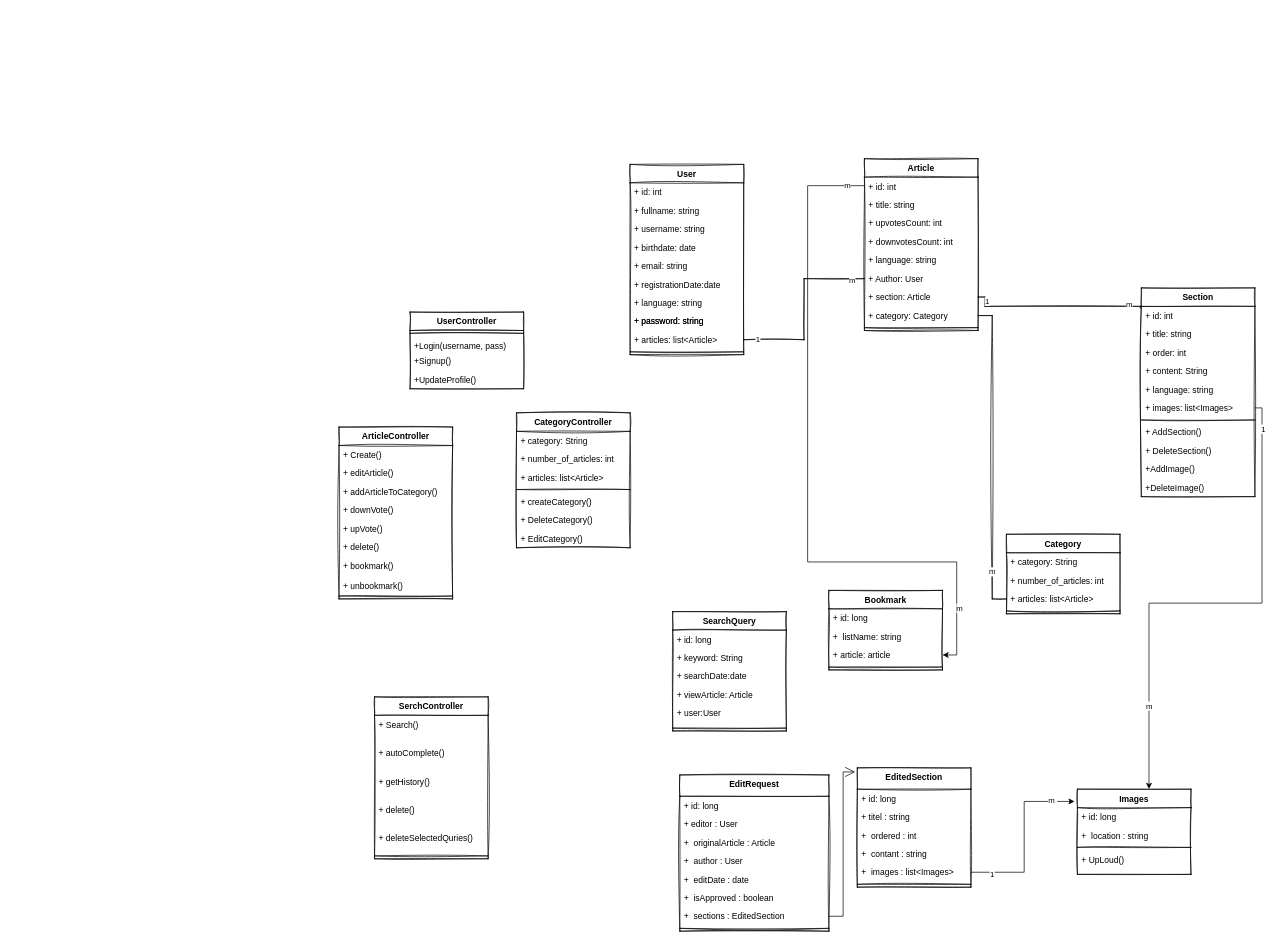
Earlier version of the draw.io diagram page "Class Digram V2" (5 of 5) of Untitled Diagram.drawio (mosup16/wikiwiki-swe-project-digrams). Source tidied: cells renumbered, new cells numbered last; positions are measured from the earlier drawing's top-left corner, leaving out a move shared by most shapes. Both pictures are drawn from the tidied source at 71%, with x=0, y=0 at pixel (339, 158).
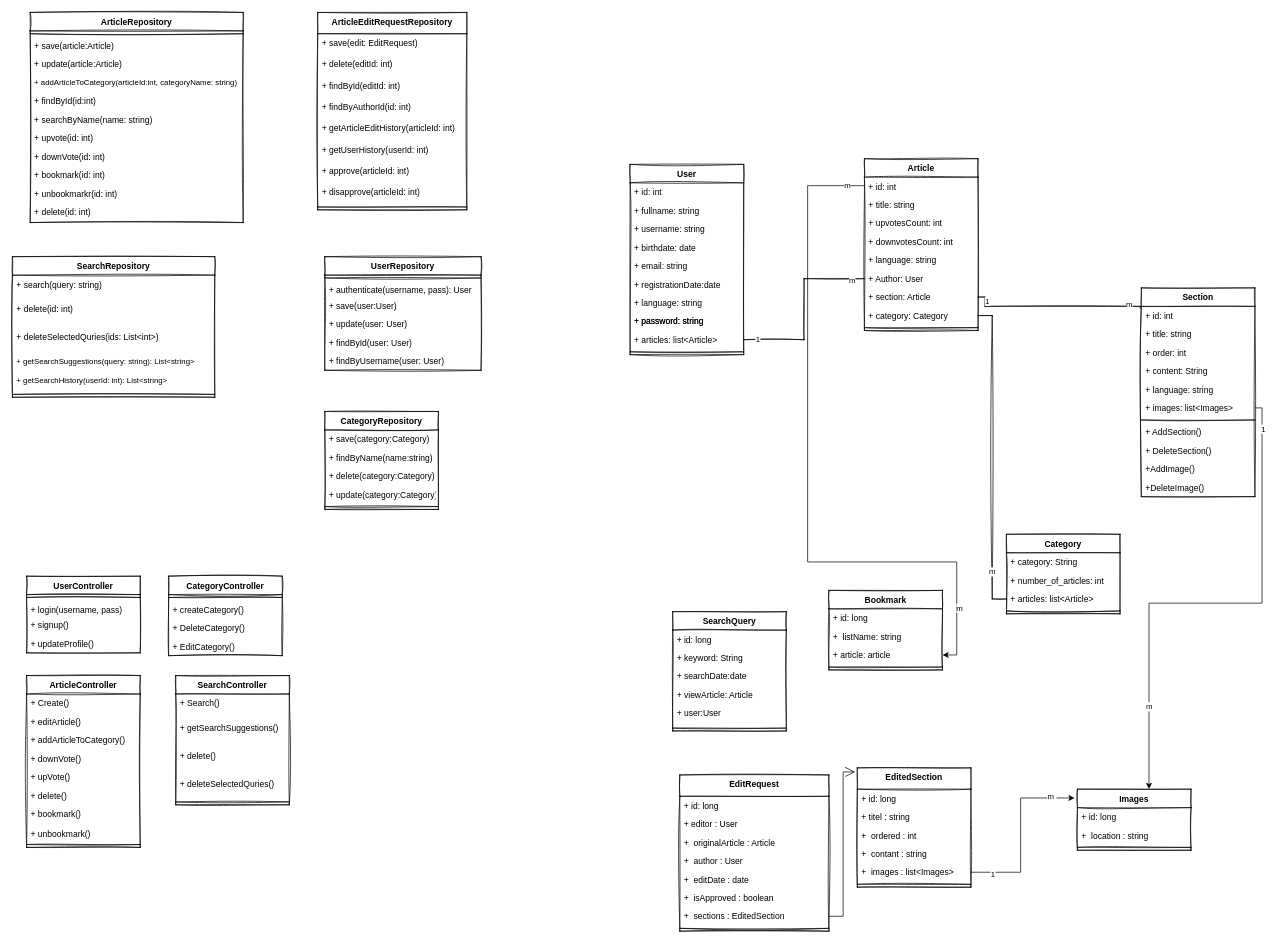
The same diagram, later.

The change refers to these unchanged cells:
```xml
<mxCell id="68" value="+  images : list&lt;Images&gt;" style="text;strokeColor=none;fillColor=none;align=left;verticalAlign=top;spacingLeft=4;spacingRight=4;overflow=hidden;points=[[0,0.5],[1,0.5]];portConstraint=eastwest;sketch=1;" parent="63" vertex="1">
  <mxGeometry y="134" width="160" height="26" as="geometry" />
</mxCell>
```

The edit, as a diff of the source:
```diff
@@
     <mxCell id="70" value="Images" style="swimlane;fontStyle=1;align=center;verticalAlign=top;horizontal=1;startSize=26;sketch=1;" parent="1" vertex="1">
-      <mxGeometry x="1040" y="888" width="160" height="120" as="geometry" />
+      <mxGeometry x="1040" y="888" width="160" height="86" as="geometry" />
     </mxCell>
@@
-    <mxCell id="74" value="+ UpLoud()" style="text;strokeColor=none;fillColor=none;align=left;verticalAlign=top;spacingLeft=4;spacingRight=4;overflow=hidden;sketch=1;" parent="70" vertex="1">
-      <mxGeometry y="86" width="160" height="34" as="geometry" />
-    </mxCell>
     <mxCell id="75" style="edgeStyle=orthogonalEdgeStyle;rounded=0;jettySize=auto;html=1;exitX=1;exitY=0.5;exitDx=0;exitDy=0;entryX=-0.025;entryY=0.144;entryDx=0;entryDy=0;entryPerimeter=0;" parent="1" edge="1" source="68" target="70">
-      <mxGeometry relative="1" as="geometry" />
+      <mxGeometry relative="1" as="geometry">
+        <Array as="points">
+          <mxPoint x="960" y="1005" />
+          <mxPoint x="960" y="900" />
+        </Array>
+      </mxGeometry>
     </mxCell>
@@
     <mxCell id="82" value="UserController" style="swimlane;fontStyle=1;align=center;verticalAlign=top;horizontal=1;startSize=26;sketch=1;" parent="1" vertex="1">
-      <mxGeometry x="100" y="216" width="160" height="108" as="geometry" />
+      <mxGeometry x="-440" y="588" width="160" height="108" as="geometry" />
     </mxCell>
@@
-    <mxCell id="84" value="+Login(username, pass)" style="text;strokeColor=none;fillColor=none;align=left;verticalAlign=top;spacingLeft=4;spacingRight=4;overflow=hidden;sketch=1;" parent="82" vertex="1">
+    <mxCell id="84" value="+ login(username, pass)" style="text;strokeColor=none;fillColor=none;align=left;verticalAlign=top;spacingLeft=4;spacingRight=4;overflow=hidden;sketch=1;" parent="82" vertex="1">
       <mxGeometry y="34" width="160" height="22" as="geometry" />
     </mxCell>
-    <mxCell id="85" value="+Signup()" style="text;strokeColor=none;fillColor=none;align=left;verticalAlign=top;spacingLeft=4;spacingRight=4;overflow=hidden;sketch=1;" parent="82" vertex="1">
+    <mxCell id="85" value="+ signup()" style="text;strokeColor=none;fillColor=none;align=left;verticalAlign=top;spacingLeft=4;spacingRight=4;overflow=hidden;sketch=1;" parent="82" vertex="1">
       <mxGeometry y="56" width="160" height="26" as="geometry" />
     </mxCell>
-    <mxCell id="86" value="+UpdateProfile()" style="text;strokeColor=none;fillColor=none;align=left;verticalAlign=top;spacingLeft=4;spacingRight=4;overflow=hidden;sketch=1;" parent="82" vertex="1">
+    <mxCell id="86" value="+ updateProfile()" style="text;strokeColor=none;fillColor=none;align=left;verticalAlign=top;spacingLeft=4;spacingRight=4;overflow=hidden;sketch=1;" parent="82" vertex="1">
       <mxGeometry y="82" width="160" height="26" as="geometry" />
     </mxCell>
     <mxCell id="87" value="ArticleController" style="swimlane;fontStyle=1;align=center;verticalAlign=top;horizontal=1;startSize=26;sketch=1;" parent="1" vertex="1">
-      <mxGeometry y="378" width="160" height="242" as="geometry" />
+      <mxGeometry x="-440" y="728" width="160" height="242" as="geometry" />
     </mxCell>
@@
-    <mxCell id="97" value="SerchController" style="swimlane;fontStyle=1;align=center;verticalAlign=top;horizontal=1;startSize=26;sketch=1;" parent="1" vertex="1">
-      <mxGeometry x="50" y="758" width="160" height="228" as="geometry" />
+    <mxCell id="97" value="SearchController" style="swimlane;fontStyle=1;align=center;verticalAlign=top;horizontal=1;startSize=26;sketch=1;" parent="1" vertex="1">
+      <mxGeometry x="-230" y="728" width="160" height="182" as="geometry" />
     </mxCell>
     <mxCell id="98" value="+ Search()" style="text;strokeColor=none;fillColor=none;align=left;verticalAlign=top;spacingLeft=4;spacingRight=4;overflow=hidden;sketch=1;" parent="97" vertex="1">
-      <mxGeometry y="26" width="160" height="40" as="geometry" />
+      <mxGeometry y="26" width="160" height="34" as="geometry" />
     </mxCell>
-    <mxCell id="99" value="+ autoComplete() " style="text;strokeColor=none;fillColor=none;align=left;verticalAlign=top;spacingLeft=4;spacingRight=4;overflow=hidden;sketch=1;" parent="97" vertex="1">
-      <mxGeometry y="66" width="160" height="40" as="geometry" />
+    <mxCell id="99" value="+ getSearchSuggestions() " style="text;strokeColor=none;fillColor=none;align=left;verticalAlign=top;spacingLeft=4;spacingRight=4;overflow=hidden;sketch=1;" parent="97" vertex="1">
+      <mxGeometry y="60" width="160" height="40" as="geometry" />
     </mxCell>
-    <mxCell id="100" value="+ getHistory() " style="text;strokeColor=none;fillColor=none;align=left;verticalAlign=top;spacingLeft=4;spacingRight=4;overflow=hidden;sketch=1;" parent="97" vertex="1">
-      <mxGeometry y="106" width="160" height="40" as="geometry" />
-    </mxCell>
     <mxCell id="101" value="+ delete() " style="text;strokeColor=none;fillColor=none;align=left;verticalAlign=top;spacingLeft=4;spacingRight=4;overflow=hidden;sketch=1;" parent="97" vertex="1">
-      <mxGeometry y="146" width="160" height="40" as="geometry" />
+      <mxGeometry y="100" width="160" height="40" as="geometry" />
     </mxCell>
     <mxCell id="102" value="+ deleteSelectedQuries() " style="text;strokeColor=none;fillColor=none;align=left;verticalAlign=top;spacingLeft=4;spacingRight=4;overflow=hidden;sketch=1;" parent="97" vertex="1">
-      <mxGeometry y="186" width="160" height="34" as="geometry" />
+      <mxGeometry y="140" width="160" height="34" as="geometry" />
     </mxCell>
     <mxCell id="103" style="line;strokeWidth=1;fillColor=none;align=left;verticalAlign=middle;spacingTop=-1;spacingLeft=3;spacingRight=3;labelPosition=right;sketch=1;" parent="97" vertex="1">
-      <mxGeometry y="220" width="160" height="8" as="geometry" />
+      <mxGeometry y="174" width="160" height="8" as="geometry" />
     </mxCell>
     <mxCell id="104" value="CategoryController" style="swimlane;fontStyle=1;align=center;verticalAlign=top;horizontal=1;startSize=26;sketch=1;" parent="1" vertex="1">
-      <mxGeometry x="250" y="358" width="160" height="190" as="geometry" />
+      <mxGeometry x="-240" y="588" width="160" height="112" as="geometry" />
     </mxCell>
-    <mxCell id="105" value="+ category: String" style="text;strokeColor=none;fillColor=none;align=left;verticalAlign=top;spacingLeft=4;spacingRight=4;overflow=hidden;sketch=1;" parent="104" vertex="1">
-      <mxGeometry y="26" width="160" height="26" as="geometry" />
-    </mxCell>
-    <mxCell id="106" value="+ number_of_articles: int" style="text;strokeColor=none;fillColor=none;align=left;verticalAlign=top;spacingLeft=4;spacingRight=4;overflow=hidden;sketch=1;" parent="104" vertex="1">
-      <mxGeometry y="52" width="160" height="26" as="geometry" />
-    </mxCell>
-    <mxCell id="107" value="+ articles: list&lt;Article&gt;" style="text;strokeColor=none;fillColor=none;align=left;verticalAlign=top;spacingLeft=4;spacingRight=4;overflow=hidden;sketch=1;" parent="104" vertex="1">
-      <mxGeometry y="78" width="160" height="26" as="geometry" />
-    </mxCell>
     <mxCell id="108" style="line;strokeWidth=1;fillColor=none;align=left;verticalAlign=middle;spacingTop=-1;spacingLeft=3;spacingRight=3;labelPosition=right;sketch=1;" parent="104" vertex="1">
-      <mxGeometry y="104" width="160" height="8" as="geometry" />
+      <mxGeometry y="26" width="160" height="8" as="geometry" />
     </mxCell>
     <mxCell id="109" value="+ createCategory()" style="text;strokeColor=none;fillColor=none;align=left;verticalAlign=top;spacingLeft=4;spacingRight=4;overflow=hidden;sketch=1;" parent="104" vertex="1">
-      <mxGeometry y="112" width="160" height="26" as="geometry" />
+      <mxGeometry y="34" width="160" height="26" as="geometry" />
     </mxCell>
     <mxCell id="110" value="+ DeleteCategory()" style="text;strokeColor=none;fillColor=none;align=left;verticalAlign=top;spacingLeft=4;spacingRight=4;overflow=hidden;sketch=1;" parent="104" vertex="1">
-      <mxGeometry y="138" width="160" height="26" as="geometry" />
+      <mxGeometry y="60" width="160" height="26" as="geometry" />
     </mxCell>
     <mxCell id="111" value="+ EditCategory()" style="text;strokeColor=none;fillColor=none;align=left;verticalAlign=top;spacingLeft=4;spacingRight=4;overflow=hidden;sketch=1;" parent="104" vertex="1">
-      <mxGeometry y="164" width="160" height="26" as="geometry" />
+      <mxGeometry y="86" width="160" height="26" as="geometry" />
     </mxCell>
@@
+    <mxCell id="122" value="ArticleEditRequestRepository" style="swimlane;fontStyle=1;align=center;verticalAlign=top;horizontal=1;startSize=30;sketch=1;" parent="1" vertex="1">
+      <mxGeometry x="-30" y="-206" width="210" height="278" as="geometry" />
+    </mxCell>
+    <mxCell id="123" value="+ save(edit: EditRequest) " style="text;strokeColor=none;fillColor=none;align=left;verticalAlign=top;spacingLeft=4;spacingRight=4;overflow=hidden;sketch=1;" parent="122" vertex="1">
+      <mxGeometry y="30" width="210" height="30" as="geometry" />
+    </mxCell>
+    <mxCell id="124" value="+ delete(editId: int) " style="text;strokeColor=none;fillColor=none;align=left;verticalAlign=top;spacingLeft=4;spacingRight=4;overflow=hidden;sketch=1;" parent="122" vertex="1">
+      <mxGeometry y="60" width="210" height="30" as="geometry" />
+    </mxCell>
+    <mxCell id="125" value="+ findById(editId: int) " style="text;strokeColor=none;fillColor=none;align=left;verticalAlign=top;spacingLeft=4;spacingRight=4;overflow=hidden;sketch=1;" parent="122" vertex="1">
+      <mxGeometry y="90" width="210" height="30" as="geometry" />
+    </mxCell>
+    <mxCell id="126" value="+ findByAuthorId(id: int) " style="text;strokeColor=none;fillColor=none;align=left;verticalAlign=top;spacingLeft=4;spacingRight=4;overflow=hidden;sketch=1;" parent="122" vertex="1">
+      <mxGeometry y="120" width="210" height="30" as="geometry" />
+    </mxCell>
+    <mxCell id="100" value="+ getArticleEditHistory(articleId: int) " style="text;strokeColor=none;fillColor=none;align=left;verticalAlign=top;spacingLeft=4;spacingRight=4;overflow=hidden;sketch=1;" parent="122" vertex="1">
+      <mxGeometry y="150" width="210" height="30" as="geometry" />
+    </mxCell>
+    <mxCell id="127" value="+ getUserHistory(userId: int) " style="text;strokeColor=none;fillColor=none;align=left;verticalAlign=top;spacingLeft=4;spacingRight=4;overflow=hidden;sketch=1;" parent="122" vertex="1">
+      <mxGeometry y="180" width="210" height="30" as="geometry" />
+    </mxCell>
+    <mxCell id="128" value="+ approve(articleId: int) " style="text;strokeColor=none;fillColor=none;align=left;verticalAlign=top;spacingLeft=4;spacingRight=4;overflow=hidden;sketch=1;" parent="122" vertex="1">
+      <mxGeometry y="210" width="210" height="30" as="geometry" />
+    </mxCell>
+    <mxCell id="129" value="+ disapprove(articleId: int) " style="text;strokeColor=none;fillColor=none;align=left;verticalAlign=top;spacingLeft=4;spacingRight=4;overflow=hidden;sketch=1;" parent="122" vertex="1">
+      <mxGeometry y="240" width="210" height="30" as="geometry" />
+    </mxCell>
+    <mxCell id="130" style="line;strokeWidth=1;fillColor=none;align=left;verticalAlign=middle;spacingTop=-1;spacingLeft=3;spacingRight=3;labelPosition=right;sketch=1;" parent="122" vertex="1">
+      <mxGeometry y="270" width="210" height="8" as="geometry" />
+    </mxCell>
+    <mxCell id="131" value="UserRepository" style="swimlane;fontStyle=1;align=center;verticalAlign=top;horizontal=1;startSize=26;sketch=1;" parent="1" vertex="1">
+      <mxGeometry x="-20" y="138" width="220" height="160" as="geometry" />
+    </mxCell>
+    <mxCell id="132" style="line;strokeWidth=1;fillColor=none;align=left;verticalAlign=middle;spacingTop=-1;spacingLeft=3;spacingRight=3;labelPosition=right;sketch=1;" parent="131" vertex="1">
+      <mxGeometry y="26" width="220" height="8" as="geometry" />
+    </mxCell>
+    <mxCell id="133" value="+ authenticate(username, pass): User" style="text;strokeColor=none;fillColor=none;align=left;verticalAlign=top;spacingLeft=4;spacingRight=4;overflow=hidden;sketch=1;" parent="131" vertex="1">
+      <mxGeometry y="34" width="220" height="22" as="geometry" />
+    </mxCell>
+    <mxCell id="134" value="+ save(user:User)" style="text;strokeColor=none;fillColor=none;align=left;verticalAlign=top;spacingLeft=4;spacingRight=4;overflow=hidden;sketch=1;" parent="131" vertex="1">
+      <mxGeometry y="56" width="220" height="26" as="geometry" />
+    </mxCell>
+    <mxCell id="135" value="+ update(user: User)" style="text;strokeColor=none;fillColor=none;align=left;verticalAlign=top;spacingLeft=4;spacingRight=4;overflow=hidden;sketch=1;" parent="131" vertex="1">
+      <mxGeometry y="82" width="220" height="26" as="geometry" />
+    </mxCell>
+    <mxCell id="136" value="+ findById(user: User)" style="text;strokeColor=none;fillColor=none;align=left;verticalAlign=top;spacingLeft=4;spacingRight=4;overflow=hidden;sketch=1;" parent="131" vertex="1">
+      <mxGeometry y="108" width="220" height="26" as="geometry" />
+    </mxCell>
+    <mxCell id="137" value="+ findByUsername(user: User)" style="text;strokeColor=none;fillColor=none;align=left;verticalAlign=top;spacingLeft=4;spacingRight=4;overflow=hidden;sketch=1;" parent="131" vertex="1">
+      <mxGeometry y="134" width="220" height="26" as="geometry" />
+    </mxCell>
+    <mxCell id="138" value="ArticleRepository" style="swimlane;fontStyle=1;align=center;verticalAlign=top;horizontal=1;startSize=26;sketch=1;" parent="1" vertex="1">
+      <mxGeometry x="-435" y="-206" width="300" height="296" as="geometry" />
+    </mxCell>
+    <mxCell id="139" style="line;strokeWidth=1;fillColor=none;align=left;verticalAlign=middle;spacingTop=-1;spacingLeft=3;spacingRight=3;labelPosition=right;sketch=1;" parent="138" vertex="1">
+      <mxGeometry y="26" width="300" height="8" as="geometry" />
+    </mxCell>
+    <mxCell id="140" value="+ save(article:Article)" style="text;strokeColor=none;fillColor=none;align=left;verticalAlign=top;spacingLeft=4;spacingRight=4;overflow=hidden;sketch=1;" parent="138" vertex="1">
+      <mxGeometry y="34" width="300" height="26" as="geometry" />
+    </mxCell>
+    <mxCell id="141" value="+ update(article:Article)" style="text;strokeColor=none;fillColor=none;align=left;verticalAlign=top;spacingLeft=4;spacingRight=4;overflow=hidden;sketch=1;" parent="138" vertex="1">
+      <mxGeometry y="60" width="300" height="26" as="geometry" />
+    </mxCell>
+    <mxCell id="142" value="+ addArticleToCategory(articleId:int, categoryName: string)" style="text;strokeColor=none;fillColor=none;align=left;verticalAlign=top;spacingLeft=4;spacingRight=4;overflow=hidden;sketch=1;fontSize=11;" parent="138" vertex="1">
+      <mxGeometry y="86" width="300" height="26" as="geometry" />
+    </mxCell>
+    <mxCell id="143" value="+ findById(id:int)" style="text;strokeColor=none;fillColor=none;align=left;verticalAlign=top;spacingLeft=4;spacingRight=4;overflow=hidden;sketch=1;" parent="138" vertex="1">
+      <mxGeometry y="112" width="300" height="26" as="geometry" />
+    </mxCell>
+    <mxCell id="144" value="+ searchByName(name: string)" style="text;strokeColor=none;fillColor=none;align=left;verticalAlign=top;spacingLeft=4;spacingRight=4;overflow=hidden;sketch=1;" parent="138" vertex="1">
+      <mxGeometry y="138" width="300" height="26" as="geometry" />
+    </mxCell>
+    <mxCell id="145" value="+ upvote(id: int)" style="text;strokeColor=none;fillColor=none;align=left;verticalAlign=top;spacingLeft=4;spacingRight=4;overflow=hidden;sketch=1;" parent="138" vertex="1">
+      <mxGeometry y="164" width="300" height="26" as="geometry" />
+    </mxCell>
+    <mxCell id="146" value="+ downVote(id: int)" style="text;strokeColor=none;fillColor=none;align=left;verticalAlign=top;spacingLeft=4;spacingRight=4;overflow=hidden;sketch=1;" parent="138" vertex="1">
+      <mxGeometry y="190" width="300" height="26" as="geometry" />
+    </mxCell>
+    <mxCell id="147" value="+ bookmark(id: int)" style="text;strokeColor=none;fillColor=none;align=left;verticalAlign=top;spacingLeft=4;spacingRight=4;overflow=hidden;sketch=1;" parent="138" vertex="1">
+      <mxGeometry y="216" width="300" height="26" as="geometry" />
+    </mxCell>
+    <mxCell id="148" value="+ unbookmarkr(id: int)" style="text;strokeColor=none;fillColor=none;align=left;verticalAlign=top;spacingLeft=4;spacingRight=4;overflow=hidden;sketch=1;" parent="138" vertex="1">
+      <mxGeometry y="242" width="300" height="26" as="geometry" />
+    </mxCell>
+    <mxCell id="149" value="+ delete(id: int)" style="text;strokeColor=none;fillColor=none;align=left;verticalAlign=top;spacingLeft=4;spacingRight=4;overflow=hidden;sketch=1;" parent="138" vertex="1">
+      <mxGeometry y="268" width="300" height="28" as="geometry" />
+    </mxCell>
+    <mxCell id="150" value="SearchRepository" style="swimlane;fontStyle=1;align=center;verticalAlign=top;horizontal=1;startSize=26;sketch=1;" parent="1" vertex="1">
+      <mxGeometry x="-460" y="138" width="285" height="198" as="geometry" />
+    </mxCell>
+    <mxCell id="151" value="+ search(query: string)" style="text;strokeColor=none;fillColor=none;align=left;verticalAlign=top;spacingLeft=4;spacingRight=4;overflow=hidden;sketch=1;" parent="150" vertex="1">
+      <mxGeometry y="26" width="285" height="34" as="geometry" />
+    </mxCell>
+    <mxCell id="152" value="+ delete(id: int) " style="text;strokeColor=none;fillColor=none;align=left;verticalAlign=top;spacingLeft=4;spacingRight=4;overflow=hidden;sketch=1;" parent="150" vertex="1">
+      <mxGeometry y="60" width="285" height="40" as="geometry" />
+    </mxCell>
+    <mxCell id="153" value="+ deleteSelectedQuries(ids: List&lt;int&gt;) " style="text;strokeColor=none;fillColor=none;align=left;verticalAlign=top;spacingLeft=4;spacingRight=4;overflow=hidden;sketch=1;" parent="150" vertex="1">
+      <mxGeometry y="100" width="285" height="34" as="geometry" />
+    </mxCell>
+    <mxCell id="154" value="+ getSearchSuggestions(query: string): List&lt;string&gt;" style="text;strokeColor=none;fillColor=none;align=left;verticalAlign=top;spacingLeft=4;spacingRight=4;overflow=hidden;sketch=1;fontSize=11;" parent="150" vertex="1">
+      <mxGeometry y="134" width="285" height="28" as="geometry" />
+    </mxCell>
+    <mxCell id="155" value="+ getSearchHistory(userId: int): List&lt;string&gt;" style="text;strokeColor=none;fillColor=none;align=left;verticalAlign=top;spacingLeft=4;spacingRight=4;overflow=hidden;sketch=1;fontSize=11;" parent="150" vertex="1">
+      <mxGeometry y="162" width="285" height="28" as="geometry" />
+    </mxCell>
+    <mxCell id="156" style="line;strokeWidth=1;fillColor=none;align=left;verticalAlign=middle;spacingTop=-1;spacingLeft=3;spacingRight=3;labelPosition=right;sketch=1;" parent="150" vertex="1">
+      <mxGeometry y="190" width="285" height="8" as="geometry" />
+    </mxCell>
+    <mxCell id="157" value="CategoryRepository" style="swimlane;fontStyle=1;align=center;verticalAlign=top;horizontal=1;startSize=26;sketch=1;" parent="1" vertex="1">
+      <mxGeometry x="-20" y="356" width="160" height="138" as="geometry" />
+    </mxCell>
+    <mxCell id="158" value="+ save(category:Category)" style="text;strokeColor=none;fillColor=none;align=left;verticalAlign=top;spacingLeft=4;spacingRight=4;overflow=hidden;sketch=1;" parent="157" vertex="1">
+      <mxGeometry y="26" width="160" height="26" as="geometry" />
+    </mxCell>
+    <mxCell id="159" value="+ findByName(name:string)" style="text;strokeColor=none;fillColor=none;align=left;verticalAlign=top;spacingLeft=4;spacingRight=4;overflow=hidden;sketch=1;" parent="157" vertex="1">
+      <mxGeometry y="52" width="160" height="26" as="geometry" />
+    </mxCell>
+    <mxCell id="160" value="+ delete(category:Category)" style="text;strokeColor=none;fillColor=none;align=left;verticalAlign=top;spacingLeft=4;spacingRight=4;overflow=hidden;sketch=1;" parent="157" vertex="1">
+      <mxGeometry y="78" width="160" height="26" as="geometry" />
+    </mxCell>
+    <mxCell id="161" value="+ update(category:Category)" style="text;strokeColor=none;fillColor=none;align=left;verticalAlign=top;spacingLeft=4;spacingRight=4;overflow=hidden;sketch=1;" parent="157" vertex="1">
+      <mxGeometry y="104" width="160" height="26" as="geometry" />
+    </mxCell>
+    <mxCell id="162" style="line;strokeWidth=1;fillColor=none;align=left;verticalAlign=middle;spacingTop=-1;spacingLeft=3;spacingRight=3;labelPosition=right;sketch=1;" parent="157" vertex="1">
+      <mxGeometry y="130" width="160" height="8" as="geometry" />
+    </mxCell>
```
